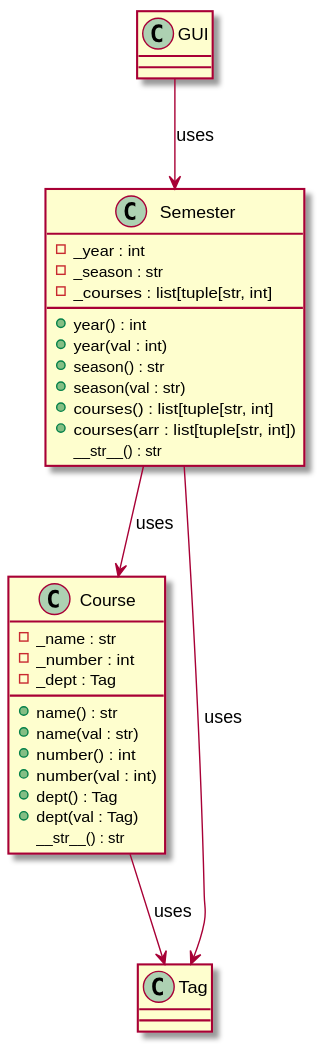
BandFrLife/fileSorter2026 keeps this PlantUML diagram as uml/classes.svg. Above is the earlier version. Its diagram source:
```plantuml
@startuml
class Semester {
    - _year : int
    - _season : str
    - _courses : list[tuple[str, int]
    + year() : int
    + year(val : int)
    + season() : str
    + season(val : str)
    + courses() : list[tuple[str, int]
    + courses(arr : list[tuple[str, int])
    __str__() : str
}

class Course {
    - _name : str
    - _number : int
    - _dept : Tag
    + name() : str
    + name(val : str)
    + number() : int
    + number(val : int)
    + dept() : Tag
    + dept(val : Tag)
    __str__() : str
}

class Tag {
}

class GUI {
}

GUI --> Semester : uses
Semester --> Course : uses
Semester --> Tag : uses
Course --> Tag : uses

@enduml
```
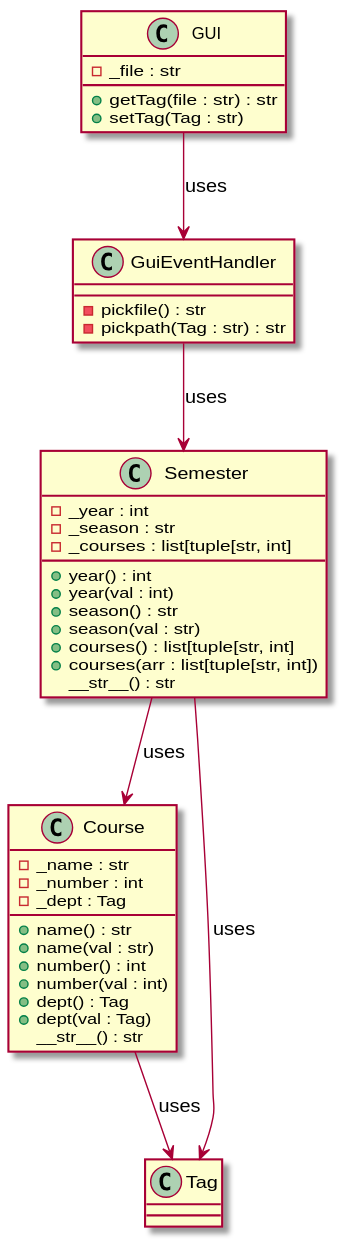
After the change.

What changed in the source:
```diff
@@ -29,9 +29,18 @@
 }
 
 class GUI {
+    - _file : str
+    + getTag(file : str) : str
+    + setTag(Tag : str)
 }
 
-GUI --> Semester : uses
+class GuiEventHandler {
+    - pickfile() : str
+    - pickpath(Tag : str) : str
+}
+
+GUI --> GuiEventHandler : uses
+GuiEventHandler --> Semester : uses
 Semester --> Course : uses
 Semester --> Tag : uses
 Course --> Tag : uses
```
